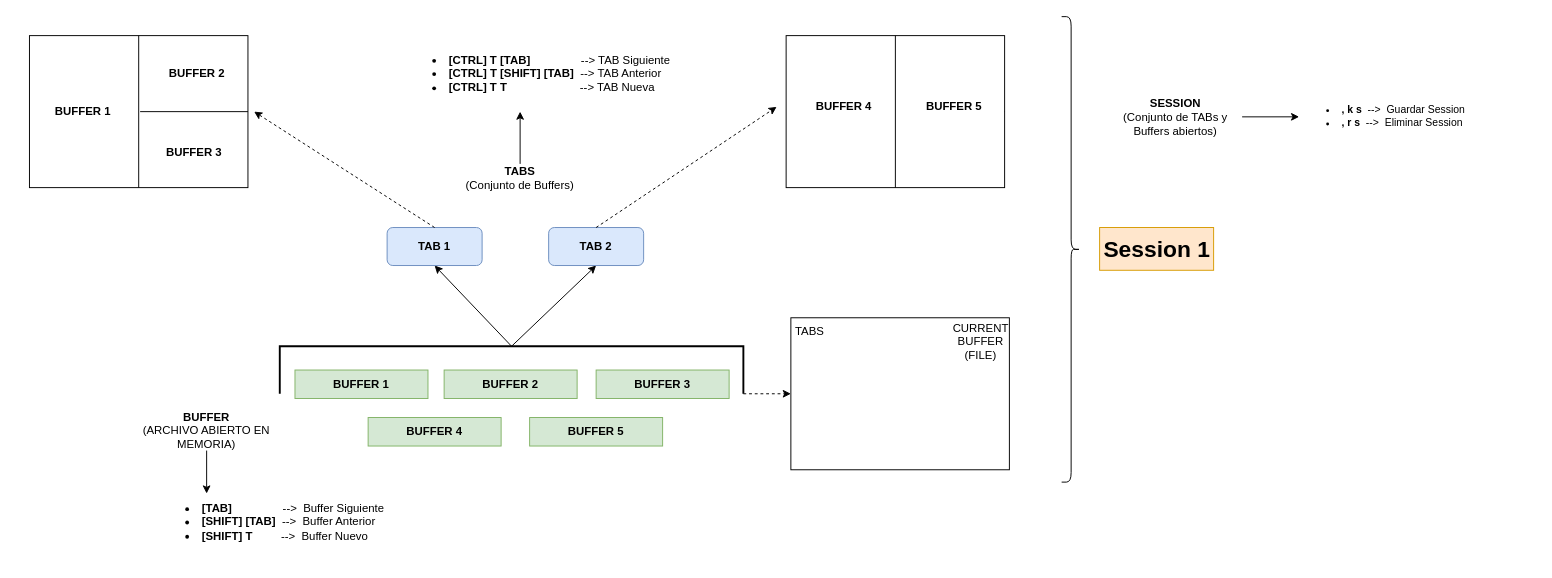
Above: Documentacion/VIM Buffs Tabs Sessions Cuadro Conseptual.drawio in Ezee1015/My_VIM_Customization (draw.io), before the change. Source tidied: cells renumbered, new cells numbered last; positions are measured from the earlier drawing's top-left corner, leaving out a move shared by most shapes. Both pictures are drawn from the tidied source at 95%, with x=0, y=0 at pixel (16, 16).
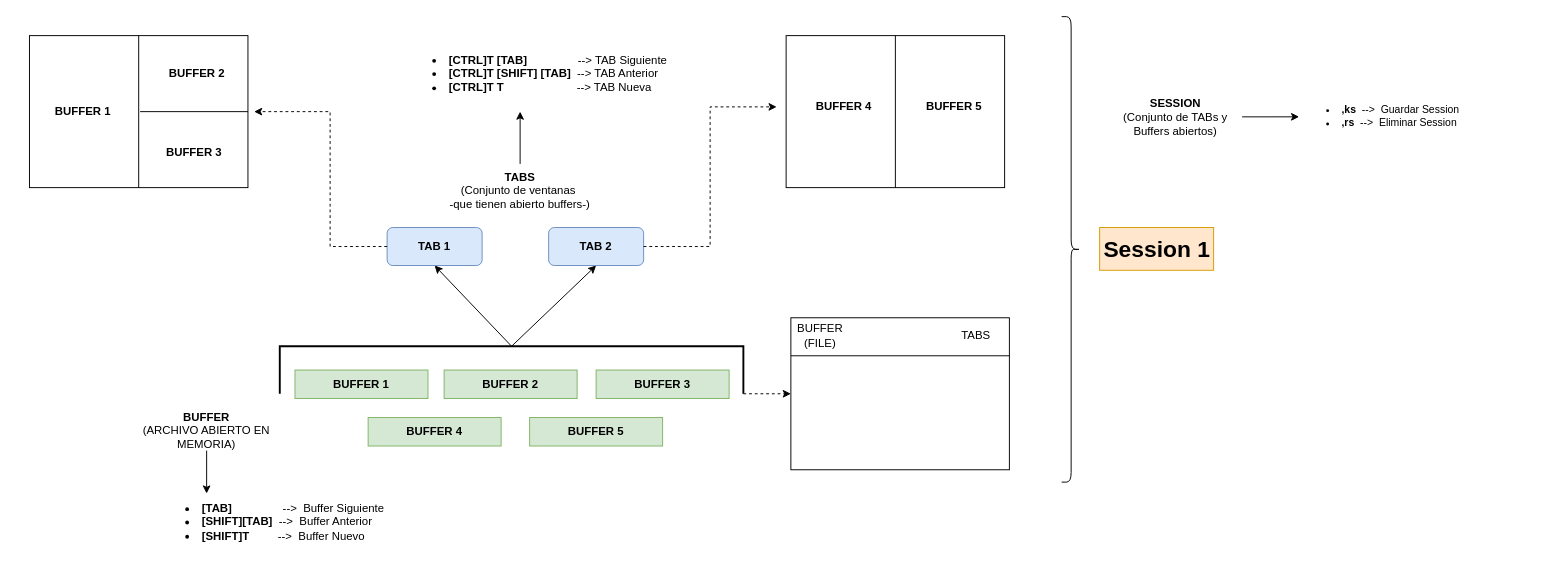
Above is the later version.

Unchanged cells that the change refers to:
```xml
<mxCell id="2" style="rounded=0;whiteSpace=wrap;html=1;" parent="1" vertex="1">
  <mxGeometry x="815" y="317" width="230" height="160" as="geometry" />
</mxCell>
<mxCell id="14" value="&lt;b&gt;TAB 1&lt;/b&gt;" style="rounded=1;whiteSpace=wrap;html=1;fillColor=#dae8fc;strokeColor=#6c8ebf;" parent="1" vertex="1">
  <mxGeometry x="390" y="222" width="100" height="40" as="geometry" />
</mxCell>
<mxCell id="15" value="&lt;b&gt;TAB 2&lt;/b&gt;" style="rounded=1;whiteSpace=wrap;html=1;fillColor=#dae8fc;strokeColor=#6c8ebf;" parent="1" vertex="1">
  <mxGeometry x="560" y="222" width="100" height="40" as="geometry" />
</mxCell>
```

Change to the diagram source:
```diff
@@
     <mxCell id="3" value="&lt;div&gt;TABS&lt;/div&gt;" style="text;html=1;strokeColor=none;fillColor=none;align=center;verticalAlign=middle;whiteSpace=wrap;rounded=0;" parent="1" vertex="1">
-      <mxGeometry x="805" y="317" width="60" height="30" as="geometry" />
+      <mxGeometry x="980" y="321" width="60" height="30" as="geometry" />
     </mxCell>
-    <mxCell id="4" value="&lt;div&gt;CURRENT BUFFER&lt;/div&gt;&lt;div&gt;(FILE)&lt;br&gt;&lt;/div&gt;" style="text;html=1;strokeColor=none;fillColor=none;align=center;verticalAlign=middle;whiteSpace=wrap;rounded=0;" parent="1" vertex="1">
-      <mxGeometry x="985" y="327" width="60" height="30" as="geometry" />
+    <mxCell id="4" value="&lt;div&gt;BUFFER&lt;/div&gt;&lt;div&gt;(FILE)&lt;br&gt;&lt;/div&gt;" style="text;html=1;strokeColor=none;fillColor=none;align=center;verticalAlign=middle;whiteSpace=wrap;rounded=0;" parent="1" vertex="1">
+      <mxGeometry x="816" y="321" width="60" height="30" as="geometry" />
     </mxCell>
@@
-    <mxCell id="32" value="&lt;ul&gt;&lt;li&gt;&lt;b&gt;&amp;nbsp;[TAB]&lt;/b&gt;&amp;nbsp;&amp;nbsp;&amp;nbsp;&amp;nbsp;&amp;nbsp;&amp;nbsp;&amp;nbsp;&amp;nbsp;&amp;nbsp;&amp;nbsp;&amp;nbsp;&amp;nbsp;&amp;nbsp;&amp;nbsp;&amp;nbsp; --&amp;gt;&amp;nbsp; Buffer Siguiente&lt;br&gt;&lt;/li&gt;&lt;li&gt;&lt;b&gt;&amp;nbsp;[SHIFT] [TAB]&lt;/b&gt;&amp;nbsp; --&amp;gt;&amp;nbsp; Buffer Anterior&lt;br&gt;&lt;/li&gt;&lt;li&gt;&lt;b&gt;&amp;nbsp;[SHIFT] T&lt;/b&gt;&amp;nbsp;&amp;nbsp;&amp;nbsp;&amp;nbsp;&amp;nbsp;&amp;nbsp;&amp;nbsp;&amp;nbsp; --&amp;gt;&amp;nbsp; Buffer Nuevo&lt;/li&gt;&lt;/ul&gt;" style="text;strokeColor=none;fillColor=none;html=1;whiteSpace=wrap;verticalAlign=middle;overflow=hidden;" parent="1" vertex="1">
+    <mxCell id="32" value="&lt;ul&gt;&lt;li&gt;&lt;b&gt;&amp;nbsp;[TAB]&lt;/b&gt;&amp;nbsp;&amp;nbsp;&amp;nbsp;&amp;nbsp;&amp;nbsp;&amp;nbsp;&amp;nbsp;&amp;nbsp;&amp;nbsp;&amp;nbsp;&amp;nbsp;&amp;nbsp;&amp;nbsp;&amp;nbsp;&amp;nbsp; --&amp;gt;&amp;nbsp; Buffer Siguiente&lt;br&gt;&lt;/li&gt;&lt;li&gt;&lt;b&gt;&amp;nbsp;[SHIFT][TAB]&lt;/b&gt;&amp;nbsp; --&amp;gt;&amp;nbsp; Buffer Anterior&lt;br&gt;&lt;/li&gt;&lt;li&gt;&lt;b&gt;&amp;nbsp;[SHIFT]T&lt;/b&gt;&amp;nbsp;&amp;nbsp;&amp;nbsp;&amp;nbsp;&amp;nbsp;&amp;nbsp;&amp;nbsp;&amp;nbsp; --&amp;gt;&amp;nbsp; Buffer Nuevo&lt;/li&gt;&lt;/ul&gt;" style="text;strokeColor=none;fillColor=none;html=1;whiteSpace=wrap;verticalAlign=middle;overflow=hidden;" parent="1" vertex="1">
       <mxGeometry x="150" y="490" width="330" height="83" as="geometry" />
     </mxCell>
@@
-    <mxCell id="34" value="&lt;div&gt;&lt;b&gt;TABS&lt;/b&gt;&lt;/div&gt;&lt;div&gt;(Conjunto de Buffers)&lt;br&gt;&lt;/div&gt;" style="text;html=1;strokeColor=none;fillColor=none;align=center;verticalAlign=middle;whiteSpace=wrap;rounded=0;" parent="1" vertex="1">
-      <mxGeometry x="460" y="155" width="140" height="30" as="geometry" />
+    <mxCell id="34" value="&lt;div&gt;&lt;b&gt;TABS&lt;/b&gt;&lt;/div&gt;&lt;div&gt;(Conjunto de ventanas&amp;nbsp;&lt;/div&gt;&lt;div&gt;-que tienen abierto buffers-)&lt;br&gt;&lt;/div&gt;" style="text;html=1;strokeColor=none;fillColor=none;align=center;verticalAlign=middle;whiteSpace=wrap;rounded=0;" parent="1" vertex="1">
+      <mxGeometry x="450" y="155" width="160" height="55" as="geometry" />
     </mxCell>
-    <mxCell id="35" value="&lt;ul&gt;&lt;li&gt;&lt;b&gt;&amp;nbsp;[CTRL] T [TAB]&lt;/b&gt; &amp;nbsp;&amp;nbsp;&amp;nbsp;&amp;nbsp;&amp;nbsp;&amp;nbsp;&amp;nbsp;&amp;nbsp;&amp;nbsp;&amp;nbsp;&amp;nbsp;&amp;nbsp; &amp;nbsp; --&amp;gt; TAB Siguiente&lt;br&gt;&lt;/li&gt;&lt;li&gt;&amp;nbsp;&lt;b&gt;[CTRL] T [SHIFT] [TAB]&lt;/b&gt;&amp;nbsp; --&amp;gt; TAB Anterior&lt;br&gt;&lt;/li&gt;&lt;li&gt;&lt;b&gt;&amp;nbsp;[CTRL] T T&lt;/b&gt;&amp;nbsp;&amp;nbsp;&amp;nbsp; &amp;nbsp; &amp;nbsp;&amp;nbsp;&amp;nbsp;&amp;nbsp;&amp;nbsp;&amp;nbsp;&amp;nbsp;&amp;nbsp;&amp;nbsp;&amp;nbsp;&amp;nbsp;&amp;nbsp;&amp;nbsp;&amp;nbsp;&amp;nbsp;&amp;nbsp; --&amp;gt; TAB Nueva&lt;br&gt;&lt;/li&gt;&lt;/ul&gt;" style="text;strokeColor=none;fillColor=none;html=1;whiteSpace=wrap;verticalAlign=middle;overflow=hidden;" parent="1" vertex="1">
+    <mxCell id="35" value="&lt;ul&gt;&lt;li&gt;&lt;b&gt;&amp;nbsp;[CTRL]T [TAB]&lt;/b&gt; &amp;nbsp;&amp;nbsp;&amp;nbsp;&amp;nbsp;&amp;nbsp;&amp;nbsp;&amp;nbsp;&amp;nbsp;&amp;nbsp;&amp;nbsp;&amp;nbsp;&amp;nbsp; &amp;nbsp; --&amp;gt; TAB Siguiente&lt;br&gt;&lt;/li&gt;&lt;li&gt;&amp;nbsp;&lt;b&gt;[CTRL]T [SHIFT] [TAB]&lt;/b&gt;&amp;nbsp; --&amp;gt; TAB Anterior&lt;br&gt;&lt;/li&gt;&lt;li&gt;&lt;b&gt;&amp;nbsp;[CTRL]T T&lt;/b&gt;&amp;nbsp;&amp;nbsp;&amp;nbsp; &amp;nbsp; &amp;nbsp;&amp;nbsp;&amp;nbsp;&amp;nbsp;&amp;nbsp;&amp;nbsp;&amp;nbsp;&amp;nbsp;&amp;nbsp;&amp;nbsp;&amp;nbsp;&amp;nbsp;&amp;nbsp;&amp;nbsp;&amp;nbsp;&amp;nbsp; --&amp;gt; TAB Nueva&lt;br&gt;&lt;/li&gt;&lt;/ul&gt;" style="text;strokeColor=none;fillColor=none;html=1;whiteSpace=wrap;verticalAlign=middle;overflow=hidden;" parent="1" vertex="1">
       <mxGeometry x="410" y="20" width="290" height="80" as="geometry" />
     </mxCell>
@@
-    <mxCell id="38" value="&lt;ul style=&quot;font-size: 11px&quot;&gt;&lt;li&gt;&lt;font style=&quot;font-size: 11px&quot;&gt;&lt;b&gt;&amp;nbsp;, k s&amp;nbsp;&lt;/b&gt; --&amp;gt;&amp;nbsp; Guardar Session&lt;br&gt;&lt;/font&gt;&lt;/li&gt;&lt;li&gt;&lt;font style=&quot;font-size: 11px&quot;&gt;&lt;b&gt;&amp;nbsp;, r s&amp;nbsp;&lt;/b&gt; --&amp;gt;&amp;nbsp; Eliminar Session&lt;br&gt;&lt;/font&gt;&lt;/li&gt;&lt;/ul&gt;" style="text;strokeColor=none;fillColor=none;html=1;whiteSpace=wrap;verticalAlign=middle;overflow=hidden;" parent="1" vertex="1">
+    <mxCell id="38" value="&lt;ul style=&quot;font-size: 11px&quot;&gt;&lt;li&gt;&lt;font style=&quot;font-size: 11px&quot;&gt;&lt;b&gt;&amp;nbsp;,ks&amp;nbsp;&lt;/b&gt; --&amp;gt;&amp;nbsp; Guardar Session&lt;br&gt;&lt;/font&gt;&lt;/li&gt;&lt;li&gt;&lt;font style=&quot;font-size: 11px&quot;&gt;&lt;b&gt;&amp;nbsp;,rs&amp;nbsp;&lt;/b&gt; --&amp;gt;&amp;nbsp; Eliminar Session&lt;br&gt;&lt;/font&gt;&lt;/li&gt;&lt;/ul&gt;" style="text;strokeColor=none;fillColor=none;html=1;whiteSpace=wrap;verticalAlign=middle;overflow=hidden;" parent="1" vertex="1">
       <mxGeometry x="1350" y="53.2" width="250" height="104.5" as="geometry" />
     </mxCell>
-    <mxCell id="39" style="edgeStyle=none;rounded=0;jettySize=auto;html=1;exitX=0.5;exitY=0;exitDx=0;exitDy=0;endArrow=classic;endFill=1;dashed=1;" parent="1" edge="1" source="14">
+    <mxCell id="39" style="edgeStyle=orthogonalEdgeStyle;rounded=0;jettySize=auto;html=1;exitX=0;exitY=0.5;exitDx=0;exitDy=0;endArrow=classic;endFill=1;dashed=1;" parent="1" edge="1" source="14">
       <mxGeometry relative="1" as="geometry">
         <mxPoint x="250" y="100" as="targetPoint" />
+        <Array as="points">
+          <mxPoint x="330" y="242" />
+          <mxPoint x="330" y="100" />
+        </Array>
       </mxGeometry>
     </mxCell>
-    <mxCell id="40" style="edgeStyle=none;rounded=0;jettySize=auto;html=1;exitX=0.5;exitY=0;exitDx=0;exitDy=0;endArrow=classic;endFill=1;dashed=1;" parent="1" edge="1" source="15">
+    <mxCell id="40" style="edgeStyle=orthogonalEdgeStyle;rounded=0;jettySize=auto;html=1;exitX=1;exitY=0.5;exitDx=0;exitDy=0;endArrow=classic;endFill=1;dashed=1;" parent="1" edge="1" source="15">
       <mxGeometry relative="1" as="geometry">
         <mxPoint x="800" y="95" as="targetPoint" />
+        <Array as="points">
+          <mxPoint x="730" y="242" />
+          <mxPoint x="730" y="95" />
+        </Array>
       </mxGeometry>
     </mxCell>
+    <mxCell id="41" style="endArrow=none;html=1;rounded=0;exitX=0;exitY=0.25;exitDx=0;exitDy=0;entryX=1;entryY=0.25;entryDx=0;entryDy=0;" parent="1" edge="1" source="2" target="2">
+      <mxGeometry relative="1" as="geometry" />
+    </mxCell>
```
